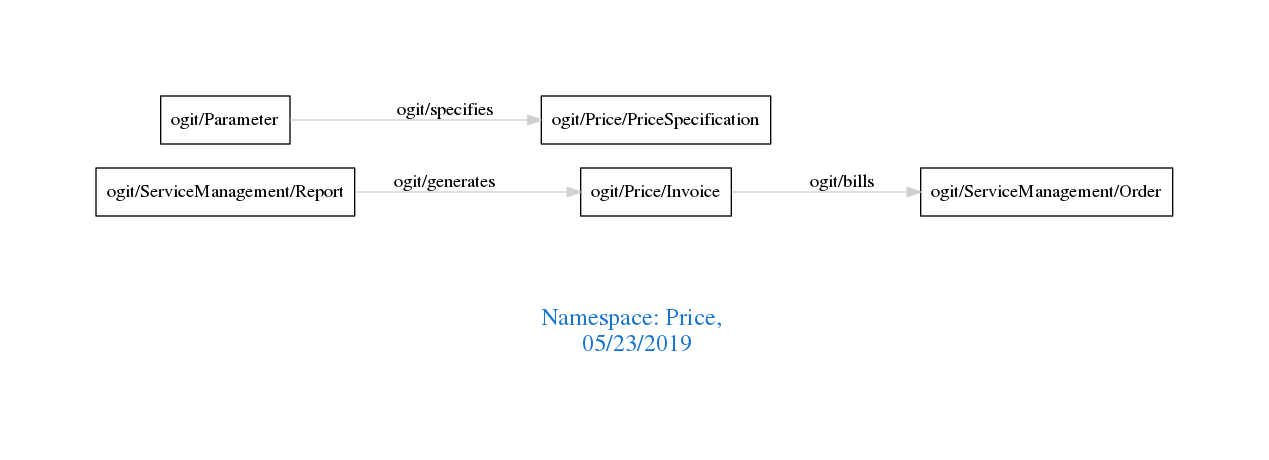
arago/OGIT keeps this Graphviz diagram as downloads/Price.png. Above is the earlier version. Its source is kept beside it as downloads/Price.dot.
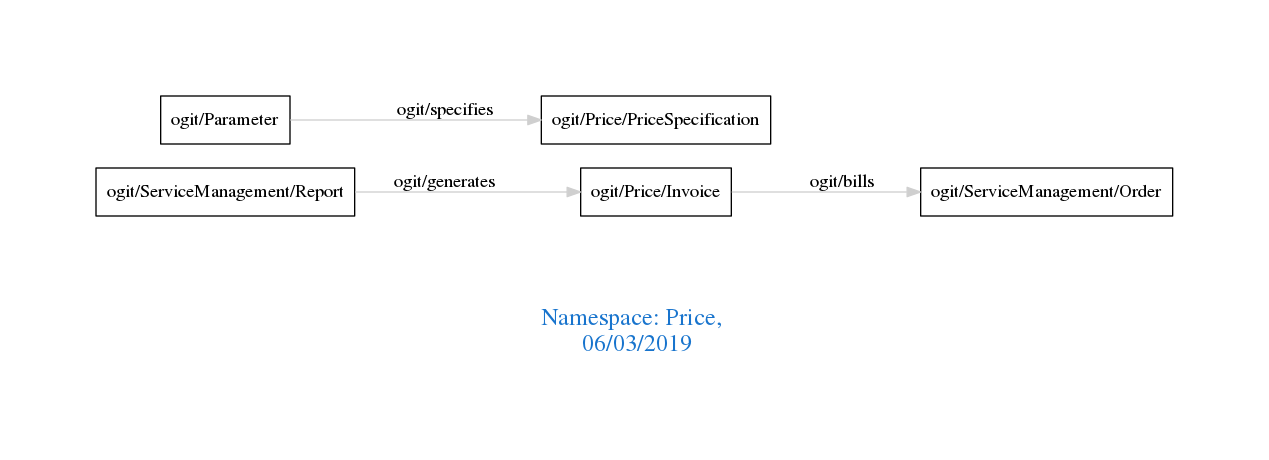
The same file after the commit.

What changed in the source:
```diff
@@ -1,7 +1,7 @@
 digraph OGIT_ontology {
  graph [ rankdir= LR,pad=1
 fontsize = 18,
-fontcolor= dodgerblue3,label = "\n\n\nNamespace: Price, \n 05/23/2019"];
+fontcolor= dodgerblue3,label = "\n\n\nNamespace: Price, \n 06/03/2019"];
 node[shape=polygon];
 edge [  color="gray81"];
 
```
